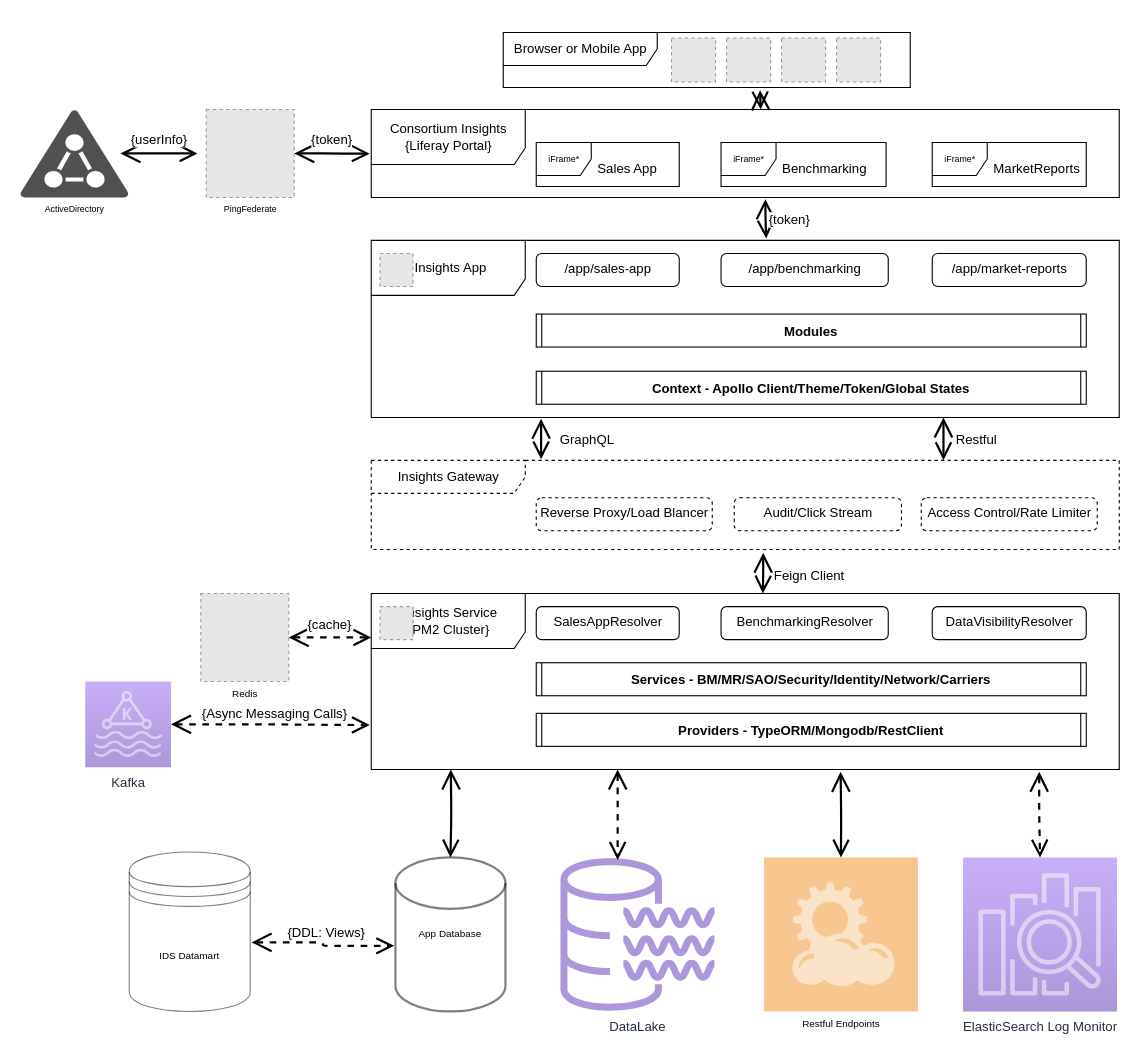
This is page "Roadmap 2020+" (2 of 2) of docs/Untitled Diagram.drawio from JuanyongZhang/leetcode, a draw.io file, before an edit. Source tidied: cells renumbered, new cells numbered last; positions are measured from the earlier drawing's top-left corner, leaving out a move shared by most shapes. Both pictures are drawn from the tidied source at 110%, with x=0, y=0 at pixel (19, 32). Pictures stored in the file or linked from it are replaced by grey dashed boxes.
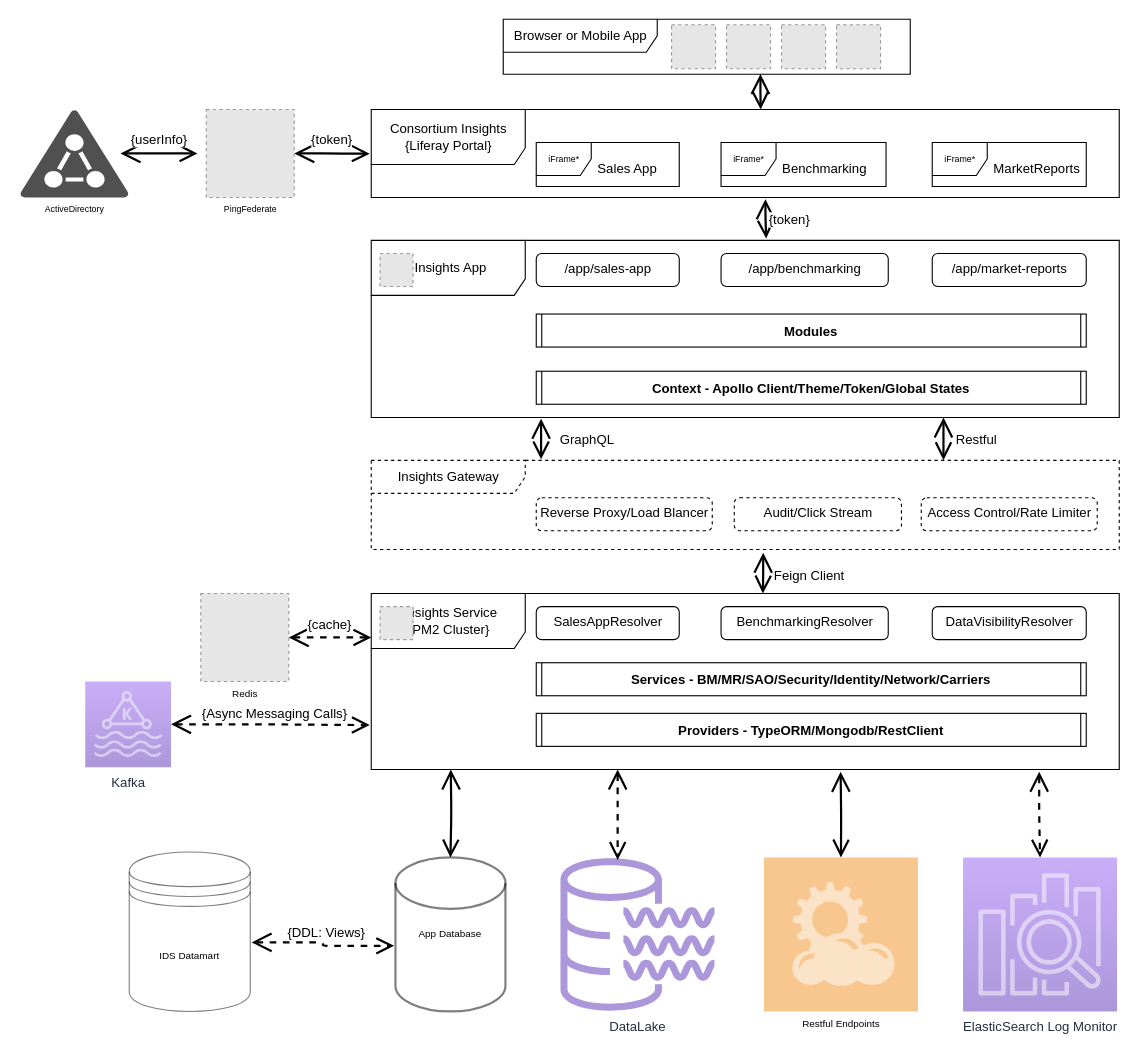
Above is the later version.

What changed in the source:
```diff
@@
     <mxCell id="2" value="Browser or Mobile App" style="shape=umlFrame;tabWidth=110;tabHeight=30;tabPosition=left;html=1;boundedLbl=1;labelInHeader=1;width=140;height=30;" parent="1" vertex="1">
-      <mxGeometry x="440" width="370" height="50" as="geometry" />
+      <mxGeometry x="440" y="-12" width="370" height="50" as="geometry" />
     </mxCell>
     <mxCell id="3" style="fillColor=#E6E6E6;strokeColor=#999999;dashed=1;html=1;verticalAlign=top;verticalLabelPosition=bottom;labelBackgroundColor=#ffffff;" parent="1" vertex="1">
-      <mxGeometry x="593" y="5" width="40" height="40" as="geometry" />
+      <mxGeometry x="593" y="-7" width="40" height="40" as="geometry" />
     </mxCell>
     <mxCell id="4" style="fillColor=#E6E6E6;strokeColor=#999999;dashed=1;html=1;verticalAlign=top;verticalLabelPosition=bottom;labelBackgroundColor=#ffffff;" parent="1" vertex="1">
-      <mxGeometry x="643" y="5" width="40" height="40" as="geometry" />
+      <mxGeometry x="643" y="-7" width="40" height="40" as="geometry" />
     </mxCell>
     <mxCell id="5" style="fillColor=#E6E6E6;strokeColor=#999999;dashed=1;html=1;verticalAlign=top;verticalLabelPosition=bottom;labelBackgroundColor=#ffffff;" parent="1" vertex="1">
-      <mxGeometry x="693" y="5" width="40" height="40" as="geometry" />
+      <mxGeometry x="693" y="-7" width="40" height="40" as="geometry" />
     </mxCell>
     <mxCell id="6" style="fillColor=#E6E6E6;strokeColor=#999999;dashed=1;html=1;verticalAlign=top;verticalLabelPosition=bottom;labelBackgroundColor=#ffffff;" parent="1" vertex="1">
-      <mxGeometry x="743" y="5" width="40" height="40" as="geometry" />
+      <mxGeometry x="743" y="-7" width="40" height="40" as="geometry" />
     </mxCell>
@@
-    <mxCell id="54" value="&lt;br&gt;" style="endArrow=open;html=1;endSize=12;startArrow=open;startSize=14;startFill=0;edgeStyle=orthogonalEdgeStyle;align=center;verticalAlign=bottom;endFill=0;strokeWidth=2;fillColor=#ffffff;fontSize=12;exitX=0.631;exitY=1.05;exitDx=0;exitDy=0;exitPerimeter=0;" parent="1" edge="1" source="2">
+    <mxCell id="54" value="&lt;br&gt;" style="endArrow=open;html=1;endSize=12;startArrow=open;startSize=14;startFill=0;edgeStyle=orthogonalEdgeStyle;align=center;verticalAlign=bottom;endFill=0;strokeWidth=2;fillColor=#ffffff;fontSize=12;exitX=0.632;exitY=0.996;exitDx=0;exitDy=0;exitPerimeter=0;" parent="1" edge="1" source="2">
       <mxGeometry x="0.6" y="21" relative="1" as="geometry">
         <mxPoint x="674" y="70" as="targetPoint" />
       </mxGeometry>
     </mxCell>
```
